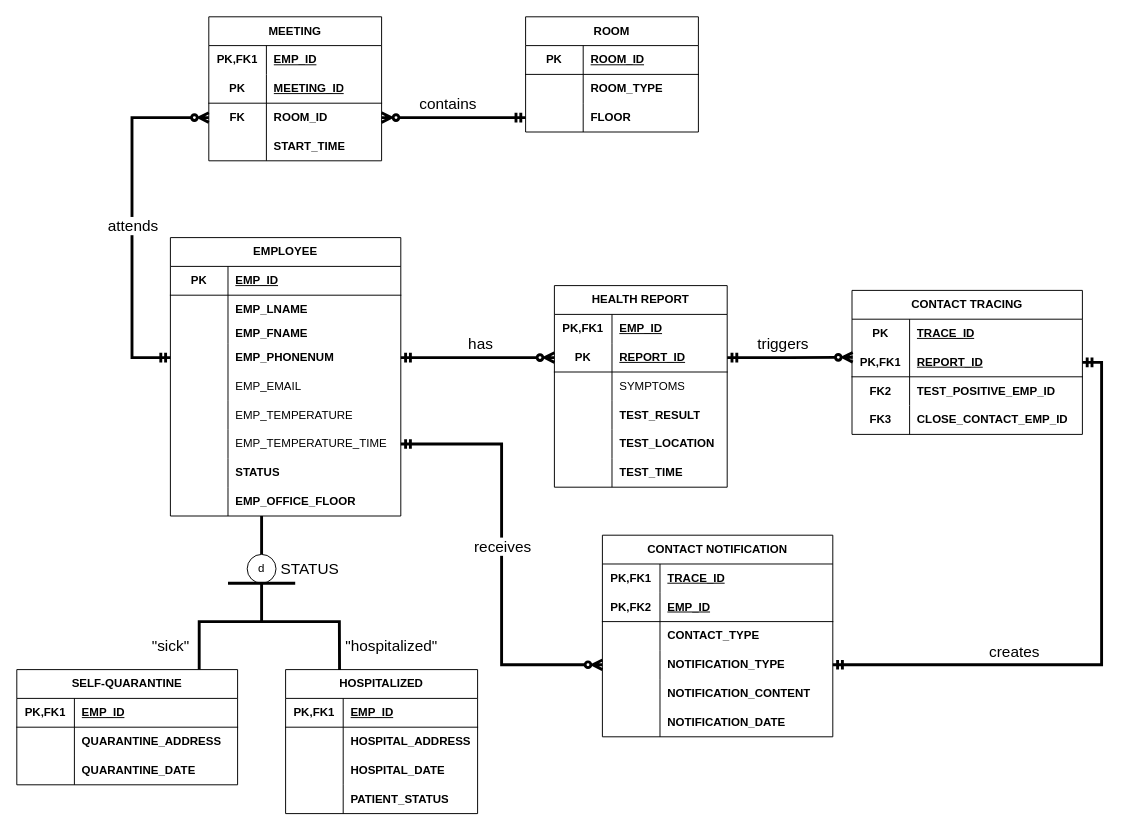
Earlier version of the draw.io diagram hw1.drawio (Eren-Jeager123/ERD-COVID). Source tidied: cells renumbered, new cells numbered last; positions are measured from the earlier drawing's top-left corner, leaving out a move shared by most shapes. Both pictures are drawn from the tidied source at 96%, with x=0, y=0 at pixel (16, 16).
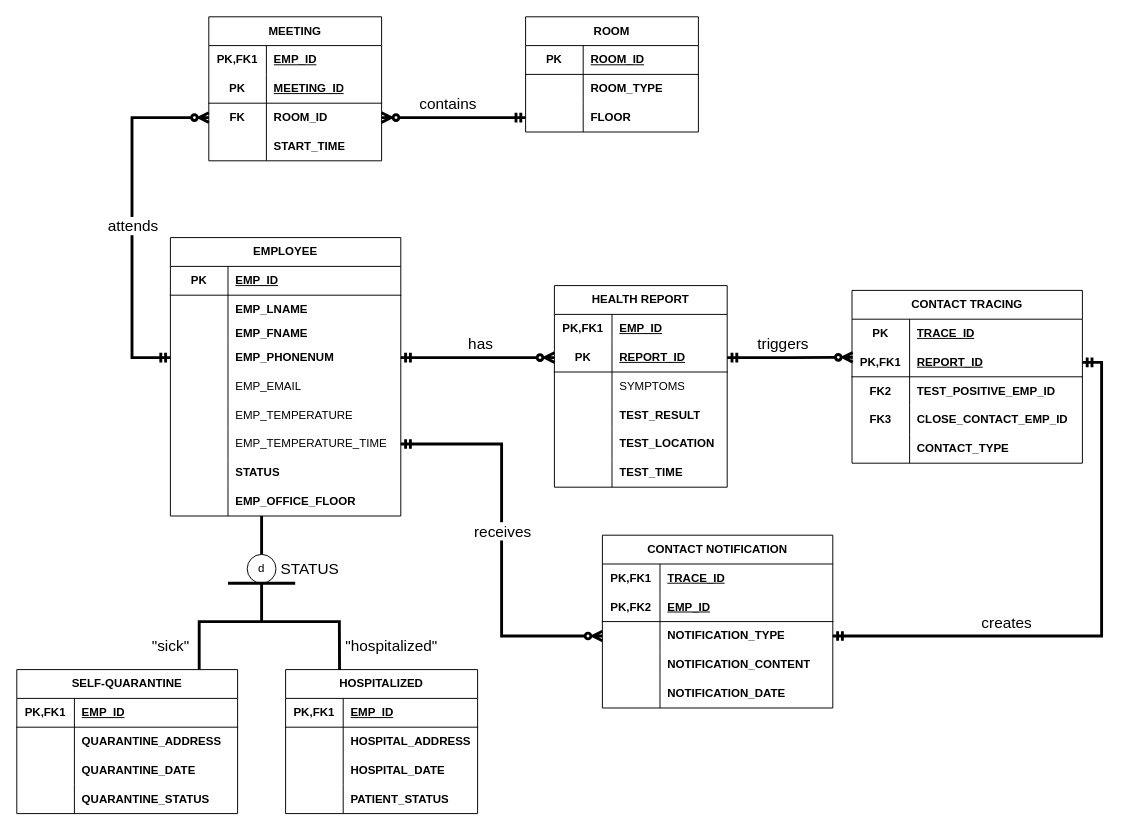
The same page after the edit.

Diff of the diagram source:
```diff
@@
     <mxCell id="78" value="CONTACT TRACING" style="shape=table;startSize=30;childLayout=tableLayout;rowLines=0;fontStyle=1;align=center;html=1;whiteSpace=wrap;" parent="1" vertex="1">
-      <mxGeometry x="870" y="285" width="240" height="150" as="geometry" />
+      <mxGeometry x="870" y="285" width="240" height="180" as="geometry" />
     </mxCell>
@@
+    <mxCell id="147" style="shape=tableRow;horizontal=0;startSize=0;swimlaneHead=0;swimlaneBody=0;fillColor=none;top=0;left=0;right=0;bottom=0;" parent="78" vertex="1">
+      <mxGeometry y="150" width="240" height="30" as="geometry" />
+    </mxCell>
+    <mxCell id="148" style="shape=partialRectangle;fillColor=none;top=0;left=0;bottom=0;right=0;fontStyle=0;overflow=hidden;whiteSpace=wrap;html=1;" parent="147" vertex="1">
+      <mxGeometry width="60" height="30" as="geometry" />
+    </mxCell>
+    <mxCell id="100" value="&lt;b&gt;CONTACT_TYPE&lt;/b&gt;" style="shape=partialRectangle;fillColor=none;top=0;left=0;bottom=0;right=0;align=left;spacingLeft=6;fontStyle=0;overflow=hidden;whiteSpace=wrap;html=1;" parent="147" vertex="1">
+      <mxGeometry x="60" width="180" height="30" as="geometry" />
+    </mxCell>
     <mxCell id="91" value="CONTACT NOTIFICATION" style="shape=table;startSize=30;childLayout=tableLayout;rowLines=0;fontStyle=1;align=center;html=1;whiteSpace=wrap;" parent="1" vertex="1">
-      <mxGeometry x="610" y="540" width="240" height="210" as="geometry" />
+      <mxGeometry x="610" y="540" width="240" height="180" as="geometry" />
     </mxCell>
@@
-    <mxCell id="98" style="shape=tableRow;horizontal=0;startSize=0;swimlaneHead=0;swimlaneBody=0;fillColor=none;top=0;left=0;right=0;bottom=0;html=1;" parent="91" vertex="1">
-      <mxGeometry y="90" width="240" height="30" as="geometry" />
-    </mxCell>
-    <mxCell id="99" style="shape=partialRectangle;fillColor=none;top=0;left=0;bottom=0;right=0;overflow=hidden;html=1;whiteSpace=wrap;" parent="98" vertex="1">
-      <mxGeometry width="60" height="30" as="geometry" />
-    </mxCell>
-    <mxCell id="100" value="&lt;b&gt;CONTACT_TYPE&lt;/b&gt;" style="shape=partialRectangle;fillColor=none;top=0;left=0;bottom=0;right=0;align=left;spacingLeft=6;overflow=hidden;html=1;whiteSpace=wrap;" parent="98" vertex="1">
-      <mxGeometry x="60" width="180" height="30" as="geometry" />
-    </mxCell>
     <mxCell id="101" style="shape=tableRow;horizontal=0;startSize=0;swimlaneHead=0;swimlaneBody=0;fillColor=none;points=[[0,0.5],[1,0.5]];portConstraint=eastwest;top=0;left=0;right=0;bottom=0;html=1;" parent="91" vertex="1">
-      <mxGeometry y="120" width="240" height="30" as="geometry" />
+      <mxGeometry y="90" width="240" height="30" as="geometry" />
     </mxCell>
@@
     <mxCell id="104" style="shape=tableRow;horizontal=0;startSize=0;swimlaneHead=0;swimlaneBody=0;fillColor=none;top=0;left=0;right=0;bottom=0;html=1;" parent="91" vertex="1">
-      <mxGeometry y="150" width="240" height="30" as="geometry" />
+      <mxGeometry y="120" width="240" height="30" as="geometry" />
     </mxCell>
@@
     <mxCell id="107" style="shape=tableRow;horizontal=0;startSize=0;swimlaneHead=0;swimlaneBody=0;fillColor=none;top=0;left=0;right=0;bottom=0;html=1;" parent="91" vertex="1">
-      <mxGeometry y="180" width="240" height="30" as="geometry" />
+      <mxGeometry y="150" width="240" height="30" as="geometry" />
     </mxCell>
@@
     <mxCell id="133" value="SELF-QUARANTINE" style="shape=table;startSize=30;childLayout=tableLayout;rowLines=0;fontStyle=1;align=center;html=1;whiteSpace=wrap;" parent="1" vertex="1">
-      <mxGeometry y="680" width="230" height="120" as="geometry" />
+      <mxGeometry y="680" width="230" height="150" as="geometry" />
     </mxCell>
@@
+    <mxCell id="149" style="shape=tableRow;horizontal=0;startSize=0;swimlaneHead=0;swimlaneBody=0;fillColor=none;top=0;left=0;right=0;bottom=0;html=1;fontStyle=1;" parent="133" vertex="1">
+      <mxGeometry y="120" width="230" height="30" as="geometry" />
+    </mxCell>
+    <mxCell id="99" style="shape=partialRectangle;fillColor=none;top=0;left=0;bottom=0;right=0;overflow=hidden;html=1;whiteSpace=wrap;" parent="149" vertex="1">
+      <mxGeometry width="60" height="30" as="geometry" />
+    </mxCell>
+    <mxCell id="150" value="QUARANTINE_STATUS" style="shape=partialRectangle;fillColor=none;top=0;left=0;bottom=0;right=0;align=left;spacingLeft=6;overflow=hidden;html=1;whiteSpace=wrap;fontStyle=1;" parent="149" vertex="1">
+      <mxGeometry x="60" width="170" height="30" as="geometry" />
+    </mxCell>
```
